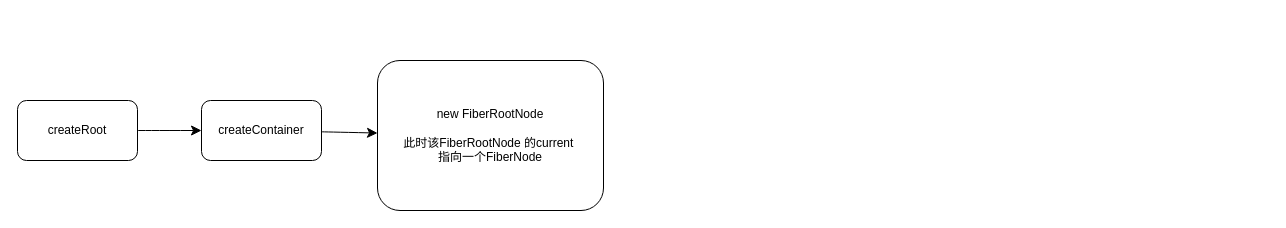
linround/gitBook keeps this draw.io diagram as React/reactArchitecture.drawio. Above is the earlier version. Source tidied: cells renumbered, new cells numbered last; positions are measured from the earlier drawing's top-left corner, leaving out a move shared by most shapes. Both pictures are drawn from the tidied source at 100%, with x=0, y=0 at pixel (17, 60).
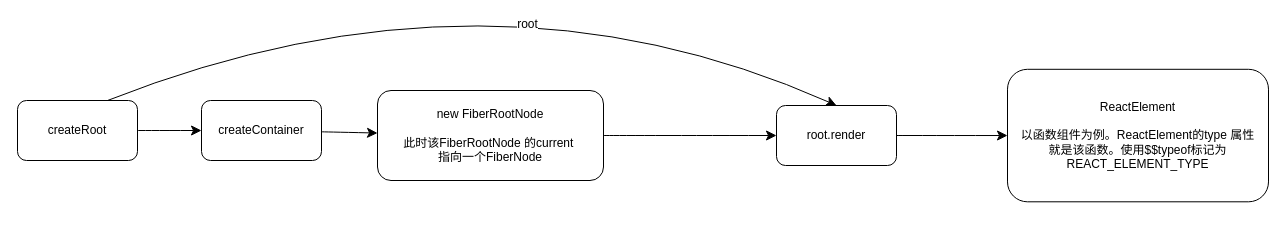
After the change.

Diff of the diagram source:
```diff
@@
 <mxGraphModel>
   <root>
     <mxCell id="0" />
     <mxCell id="1" parent="0" />
     <mxCell id="2" style="edgeStyle=none;curved=1;rounded=0;jettySize=auto;html=1;fontSize=12;startSize=8;endSize=8;" parent="1" edge="1" source="3" target="5">
       <mxGeometry relative="1" as="geometry" />
     </mxCell>
     <mxCell id="3" value="createRoot" style="rounded=1;whiteSpace=wrap;html=1;" parent="1" vertex="1">
       <mxGeometry y="40" width="120" height="60" as="geometry" />
     </mxCell>
     <mxCell id="4" style="edgeStyle=none;curved=1;rounded=0;jettySize=auto;html=1;fontSize=12;startSize=8;endSize=8;" parent="1" edge="1" source="5" target="6">
       <mxGeometry relative="1" as="geometry" />
     </mxCell>
     <mxCell id="5" value="createContainer" style="whiteSpace=wrap;html=1;rounded=1;" parent="1" vertex="1">
       <mxGeometry x="184" y="40" width="120" height="60" as="geometry" />
     </mxCell>
+    <mxCell id="7" style="edgeStyle=none;curved=1;rounded=0;jettySize=auto;html=1;fontSize=12;startSize=8;endSize=8;" parent="1" edge="1" source="6" target="9">
+      <mxGeometry relative="1" as="geometry" />
+    </mxCell>
     <mxCell id="6" value="new&amp;nbsp;FiberRootNode&lt;div&gt;&lt;br&gt;&lt;/div&gt;&lt;div&gt;此时该FiberRootNode 的current&amp;nbsp;&lt;/div&gt;&lt;div&gt;指向一个FiberNode&lt;/div&gt;" style="whiteSpace=wrap;html=1;rounded=1;" parent="1" vertex="1">
-      <mxGeometry x="360" width="226" height="150" as="geometry" />
+      <mxGeometry x="360" y="30" width="226" height="90" as="geometry" />
     </mxCell>
+    <mxCell id="8" style="edgeStyle=none;curved=1;rounded=0;jettySize=auto;html=1;fontSize=12;startSize=8;endSize=8;" parent="1" edge="1" source="9" target="12">
+      <mxGeometry relative="1" as="geometry" />
+    </mxCell>
+    <mxCell id="9" value="root.render" style="whiteSpace=wrap;html=1;rounded=1;" parent="1" vertex="1">
+      <mxGeometry x="759" y="45" width="120" height="60" as="geometry" />
+    </mxCell>
+    <mxCell id="10" style="edgeStyle=none;curved=1;rounded=0;jettySize=auto;html=1;exitX=0.75;exitY=0;exitDx=0;exitDy=0;entryX=0.5;entryY=0;entryDx=0;entryDy=0;fontSize=12;startSize=8;endSize=8;" parent="1" edge="1" source="3" target="9">
+      <mxGeometry relative="1" as="geometry">
+        <Array as="points">
+          <mxPoint x="470" y="-110" />
+        </Array>
+      </mxGeometry>
+    </mxCell>
+    <mxCell id="11" value="root" style="edgeLabel;html=1;align=center;verticalAlign=middle;fontSize=12;" parent="10" vertex="1">
+      <mxGeometry x="0.2" y="-51" relative="1" as="geometry" />
+    </mxCell>
+    <mxCell id="12" value="ReactElement&lt;div&gt;&lt;br&gt;&lt;/div&gt;&lt;div&gt;以函数组件为例。ReactElement的type 属性&lt;/div&gt;&lt;div&gt;就是该函数。使用$$typeof标记为&lt;/div&gt;&lt;div&gt;REACT_ELEMENT_TYPE&lt;br&gt;&lt;/div&gt;" style="whiteSpace=wrap;html=1;rounded=1;" parent="1" vertex="1">
+      <mxGeometry x="990" y="8.8" width="261" height="132.5" as="geometry" />
+    </mxCell>
   </root>
 </mxGraphModel>
```
